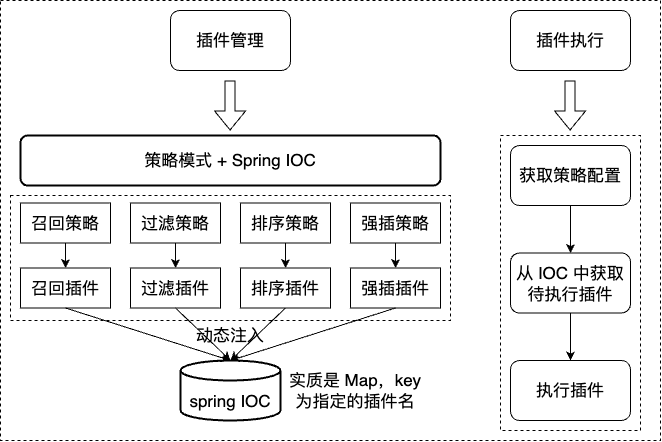
Earlier version of the draw.io export work-draw-file/标签复用之详细说明.png (liujunao/draw-data). Source tidied: cells renumbered, new cells last; positions are measured from the earlier drawing's top-left corner, leaving out a move shared by most shapes.
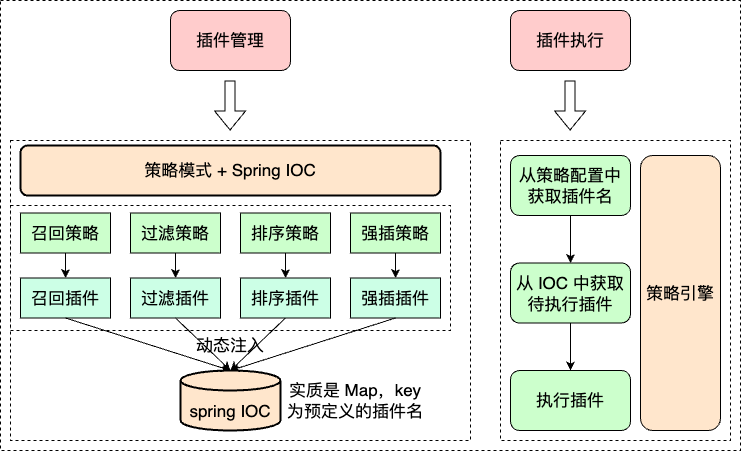
After the commit.

Commit message:
更新标签复用之详细说明.png

What changed in the source:
```diff
@@ -3,63 +3,66 @@
     <mxCell id="0" />
     <mxCell id="1" parent="0" />
     <mxCell id="2" style="rounded=0;whiteSpace=wrap;html=1;dashed=1;" parent="1" vertex="1">
-      <mxGeometry width="660" height="440" as="geometry" />
+      <mxGeometry y="-10" width="740" height="450" as="geometry" />
     </mxCell>
+    <mxCell id="34" style="rounded=0;whiteSpace=wrap;html=1;dashed=1;" parent="1" vertex="1">
+      <mxGeometry x="10" y="130" width="460" height="300" as="geometry" />
+    </mxCell>
     <mxCell id="3" style="rounded=0;whiteSpace=wrap;html=1;dashed=1;" parent="1" vertex="1">
-      <mxGeometry x="500" y="135" width="140" height="295" as="geometry" />
+      <mxGeometry x="500" y="130" width="230" height="300" as="geometry" />
     </mxCell>
     <mxCell id="4" style="rounded=0;whiteSpace=wrap;html=1;dashed=1;" parent="1" vertex="1">
       <mxGeometry x="10" y="195" width="440" height="125" as="geometry" />
     </mxCell>
-    <mxCell id="5" value="&lt;font style=&quot;font-size: 17px;&quot;&gt;策略模式 + Spring IOC&lt;/font&gt;" style="rounded=1;whiteSpace=wrap;html=1;absoluteArcSize=1;arcSize=14;strokeWidth=2;fillColor=#FFFFFF;" parent="1" vertex="1">
+    <mxCell id="5" value="&lt;font style=&quot;font-size: 17px;&quot;&gt;策略模式 + Spring IOC&lt;/font&gt;" style="rounded=1;whiteSpace=wrap;html=1;absoluteArcSize=1;arcSize=14;strokeWidth=2;fillColor=#FFE6CC;" parent="1" vertex="1">
       <mxGeometry x="20" y="135" width="420" height="50" as="geometry" />
     </mxCell>
-    <mxCell id="6" value="&lt;font size=&quot;3&quot;&gt;插件管理&lt;/font&gt;" style="rounded=1;whiteSpace=wrap;html=1;" parent="1" vertex="1">
-      <mxGeometry x="170" y="10" width="120" height="60" as="geometry" />
+    <mxCell id="6" value="&lt;font size=&quot;3&quot;&gt;插件管理&lt;/font&gt;" style="rounded=1;whiteSpace=wrap;html=1;fillColor=#FFCCCC;" parent="1" vertex="1">
+      <mxGeometry x="170" width="120" height="60" as="geometry" />
     </mxCell>
-    <mxCell id="7" value="&lt;font size=&quot;3&quot;&gt;插件执行&lt;/font&gt;" style="rounded=1;whiteSpace=wrap;html=1;" parent="1" vertex="1">
-      <mxGeometry x="510" y="10" width="120" height="60" as="geometry" />
+    <mxCell id="7" value="&lt;font size=&quot;3&quot;&gt;插件执行&lt;/font&gt;" style="rounded=1;whiteSpace=wrap;html=1;fillColor=#FFCCCC;" parent="1" vertex="1">
+      <mxGeometry x="510" width="120" height="60" as="geometry" />
     </mxCell>
     <mxCell id="8" style="edgeStyle=orthogonalEdgeStyle;rounded=0;jettySize=auto;html=1;exitX=0.5;exitY=1;exitDx=0;exitDy=0;" parent="1" edge="1" source="9" target="16">
       <mxGeometry relative="1" as="geometry" />
     </mxCell>
-    <mxCell id="9" value="&lt;font size=&quot;3&quot;&gt;召回策略&lt;/font&gt;" style="rounded=0;whiteSpace=wrap;html=1;" parent="1" vertex="1">
+    <mxCell id="9" value="&lt;font size=&quot;3&quot;&gt;召回策略&lt;/font&gt;" style="rounded=0;whiteSpace=wrap;html=1;fillColor=#CCFFCC;" parent="1" vertex="1">
       <mxGeometry x="20" y="202.5" width="90" height="40" as="geometry" />
     </mxCell>
     <mxCell id="10" style="edgeStyle=orthogonalEdgeStyle;rounded=0;jettySize=auto;html=1;exitX=0.5;exitY=1;exitDx=0;exitDy=0;" parent="1" edge="1" source="11" target="17">
       <mxGeometry relative="1" as="geometry" />
     </mxCell>
-    <mxCell id="11" value="&lt;font size=&quot;3&quot;&gt;过滤策略&lt;/font&gt;" style="rounded=0;whiteSpace=wrap;html=1;" parent="1" vertex="1">
+    <mxCell id="11" value="&lt;font size=&quot;3&quot;&gt;过滤策略&lt;/font&gt;" style="rounded=0;whiteSpace=wrap;html=1;fillColor=#CCFFCC;" parent="1" vertex="1">
       <mxGeometry x="130" y="202.5" width="90" height="40" as="geometry" />
     </mxCell>
     <mxCell id="12" style="edgeStyle=orthogonalEdgeStyle;rounded=0;jettySize=auto;html=1;exitX=0.5;exitY=1;exitDx=0;exitDy=0;" parent="1" edge="1" source="13" target="19">
       <mxGeometry relative="1" as="geometry" />
     </mxCell>
-    <mxCell id="13" value="&lt;font size=&quot;3&quot;&gt;排序策略&lt;/font&gt;" style="rounded=0;whiteSpace=wrap;html=1;" parent="1" vertex="1">
+    <mxCell id="13" value="&lt;font size=&quot;3&quot;&gt;排序策略&lt;/font&gt;" style="rounded=0;whiteSpace=wrap;html=1;fillColor=#CCFFCC;" parent="1" vertex="1">
       <mxGeometry x="240" y="202.5" width="90" height="40" as="geometry" />
     </mxCell>
     <mxCell id="14" style="edgeStyle=orthogonalEdgeStyle;rounded=0;jettySize=auto;html=1;exitX=0.5;exitY=1;exitDx=0;exitDy=0;entryX=0.5;entryY=0;entryDx=0;entryDy=0;" parent="1" edge="1" source="15" target="20">
       <mxGeometry relative="1" as="geometry" />
     </mxCell>
-    <mxCell id="15" value="&lt;font size=&quot;3&quot;&gt;强插策略&lt;/font&gt;" style="rounded=0;whiteSpace=wrap;html=1;" parent="1" vertex="1">
+    <mxCell id="15" value="&lt;font size=&quot;3&quot;&gt;强插策略&lt;/font&gt;" style="rounded=0;whiteSpace=wrap;html=1;fillColor=#CCFFCC;" parent="1" vertex="1">
       <mxGeometry x="350" y="202.5" width="90" height="40" as="geometry" />
     </mxCell>
-    <mxCell id="16" value="&lt;font size=&quot;3&quot;&gt;召回插件&lt;/font&gt;" style="rounded=0;whiteSpace=wrap;html=1;" parent="1" vertex="1">
+    <mxCell id="16" value="&lt;font size=&quot;3&quot;&gt;召回插件&lt;/font&gt;" style="rounded=0;whiteSpace=wrap;html=1;fillColor=#CCFFE6;" parent="1" vertex="1">
       <mxGeometry x="20" y="267.5" width="90" height="40" as="geometry" />
     </mxCell>
-    <mxCell id="17" value="&lt;font size=&quot;3&quot;&gt;过滤插件&lt;/font&gt;" style="rounded=0;whiteSpace=wrap;html=1;" parent="1" vertex="1">
+    <mxCell id="17" value="&lt;font size=&quot;3&quot;&gt;过滤插件&lt;/font&gt;" style="rounded=0;whiteSpace=wrap;html=1;fillColor=#CCFFE6;" parent="1" vertex="1">
       <mxGeometry x="130" y="267.5" width="90" height="40" as="geometry" />
     </mxCell>
     <mxCell id="18" style="rounded=0;jettySize=auto;html=1;exitX=0.5;exitY=1;exitDx=0;exitDy=0;entryX=0.5;entryY=0;entryDx=0;entryDy=0;entryPerimeter=0;" parent="1" edge="1" source="19" target="21">
       <mxGeometry relative="1" as="geometry" />
     </mxCell>
-    <mxCell id="19" value="&lt;font size=&quot;3&quot;&gt;排序插件&lt;/font&gt;" style="rounded=0;whiteSpace=wrap;html=1;" parent="1" vertex="1">
+    <mxCell id="19" value="&lt;font size=&quot;3&quot;&gt;排序插件&lt;/font&gt;" style="rounded=0;whiteSpace=wrap;html=1;fillColor=#CCFFE6;" parent="1" vertex="1">
       <mxGeometry x="240" y="267.5" width="90" height="40" as="geometry" />
     </mxCell>
-    <mxCell id="20" value="&lt;font size=&quot;3&quot;&gt;强插插件&lt;/font&gt;" style="rounded=0;whiteSpace=wrap;html=1;" parent="1" vertex="1">
+    <mxCell id="20" value="&lt;font size=&quot;3&quot;&gt;强插插件&lt;/font&gt;" style="rounded=0;whiteSpace=wrap;html=1;fillColor=#CCFFE6;" parent="1" vertex="1">
       <mxGeometry x="350" y="267.5" width="90" height="40" as="geometry" />
     </mxCell>
-    <mxCell id="21" value="&lt;font size=&quot;3&quot;&gt;&lt;br&gt;spring IOC&lt;/font&gt;" style="strokeWidth=2;html=1;shape=mxgraph.flowchart.database;whiteSpace=wrap;" parent="1" vertex="1">
+    <mxCell id="21" value="&lt;font size=&quot;3&quot;&gt;&lt;br&gt;spring IOC&lt;/font&gt;" style="strokeWidth=2;html=1;shape=mxgraph.flowchart.database;whiteSpace=wrap;fillColor=#FFE6CC;" parent="1" vertex="1">
       <mxGeometry x="180" y="360" width="100" height="60" as="geometry" />
     </mxCell>
     <mxCell id="22" style="rounded=0;jettySize=auto;html=1;exitX=0.5;exitY=1;exitDx=0;exitDy=0;entryX=0.5;entryY=0;entryDx=0;entryDy=0;entryPerimeter=0;" parent="1" edge="1" source="17" target="21">
@@ -76,33 +79,36 @@
     </mxCell>
     <mxCell id="26" style="shape=flexArrow;endArrow=classic;html=1;rounded=0;" parent="1" edge="1">
       <mxGeometry relative="1" as="geometry">
-        <mxPoint x="229.6" y="80" as="sourcePoint" />
-        <mxPoint x="229.6" y="130" as="targetPoint" />
+        <mxPoint x="229.6" y="70" as="sourcePoint" />
+        <mxPoint x="229.6" y="120" as="targetPoint" />
       </mxGeometry>
     </mxCell>
-    <mxCell id="27" value="&lt;font size=&quot;3&quot;&gt;实质是 Map，key 为指定的插件名&lt;/font&gt;" style="text;html=1;strokeColor=none;fillColor=none;align=center;verticalAlign=middle;whiteSpace=wrap;rounded=0;" parent="1" vertex="1">
+    <mxCell id="27" value="&lt;font size=&quot;3&quot;&gt;实质是 Map，key 为预定义的插件名&lt;/font&gt;" style="text;html=1;strokeColor=none;fillColor=none;align=center;verticalAlign=middle;whiteSpace=wrap;rounded=0;" parent="1" vertex="1">
       <mxGeometry x="280" y="365" width="150" height="50" as="geometry" />
     </mxCell>
     <mxCell id="28" style="edgeStyle=orthogonalEdgeStyle;rounded=0;jettySize=auto;html=1;exitX=0.5;exitY=1;exitDx=0;exitDy=0;" parent="1" edge="1" source="29" target="31">
       <mxGeometry relative="1" as="geometry" />
     </mxCell>
-    <mxCell id="29" value="&lt;font size=&quot;3&quot;&gt;获取策略配置&lt;/font&gt;" style="rounded=1;whiteSpace=wrap;html=1;" parent="1" vertex="1">
+    <mxCell id="29" value="&lt;font size=&quot;3&quot;&gt;从策略配置中获取插件名&lt;/font&gt;" style="rounded=1;whiteSpace=wrap;html=1;fillColor=#CCFFCC;" parent="1" vertex="1">
       <mxGeometry x="510" y="145" width="120" height="60" as="geometry" />
     </mxCell>
     <mxCell id="30" style="edgeStyle=orthogonalEdgeStyle;rounded=0;jettySize=auto;html=1;exitX=0.5;exitY=1;exitDx=0;exitDy=0;entryX=0.5;entryY=0;entryDx=0;entryDy=0;" parent="1" edge="1" source="31" target="32">
       <mxGeometry relative="1" as="geometry" />
     </mxCell>
-    <mxCell id="31" value="&lt;font size=&quot;3&quot;&gt;从 IOC 中获取待执行插件&lt;/font&gt;" style="rounded=1;whiteSpace=wrap;html=1;" parent="1" vertex="1">
+    <mxCell id="31" value="&lt;font size=&quot;3&quot;&gt;从 IOC 中获取待执行插件&lt;/font&gt;" style="rounded=1;whiteSpace=wrap;html=1;fillColor=#CCFFCC;" parent="1" vertex="1">
       <mxGeometry x="510" y="252.5" width="120" height="60" as="geometry" />
     </mxCell>
-    <mxCell id="32" value="&lt;font size=&quot;3&quot;&gt;执行插件&lt;/font&gt;" style="rounded=1;whiteSpace=wrap;html=1;" parent="1" vertex="1">
+    <mxCell id="32" value="&lt;font size=&quot;3&quot;&gt;执行插件&lt;/font&gt;" style="rounded=1;whiteSpace=wrap;html=1;fillColor=#CCFFCC;" parent="1" vertex="1">
       <mxGeometry x="510" y="360" width="120" height="60" as="geometry" />
     </mxCell>
     <mxCell id="33" style="shape=flexArrow;endArrow=classic;html=1;rounded=0;" parent="1" edge="1">
       <mxGeometry relative="1" as="geometry">
-        <mxPoint x="569.6" y="80" as="sourcePoint" />
-        <mxPoint x="569.6" y="130" as="targetPoint" />
+        <mxPoint x="569.6" y="70" as="sourcePoint" />
+        <mxPoint x="569.6" y="120" as="targetPoint" />
       </mxGeometry>
     </mxCell>
+    <mxCell id="35" value="&lt;font size=&quot;3&quot;&gt;策略引擎&lt;/font&gt;" style="rounded=1;whiteSpace=wrap;html=1;fillColor=#FFE6CC;" parent="1" vertex="1">
+      <mxGeometry x="640" y="145" width="80" height="275" as="geometry" />
+    </mxCell>
   </root>
 </mxGraphModel>
```
